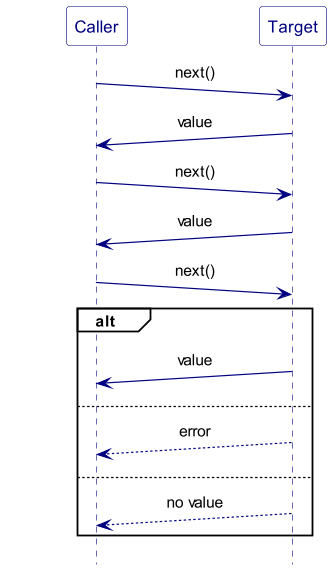
The PlantUML diagram images/pattern_Iterator.png in ti-cortex-m4/demo-java-reactive-streams-old, before a commit.
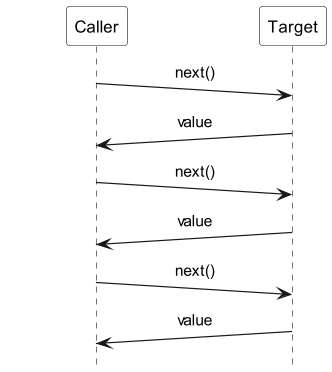
After the commit.

Change to the diagram source:
```diff
@@ -13,12 +13,6 @@
 Target ->(10) Caller : value
 
 Caller ->(10) Target : next()
-alt
 Target ->(10) Caller : value
-else
-Target -->(10) Caller : error
-else
-Target -->(10) Caller : no value
-end
 
 @enduml
```
